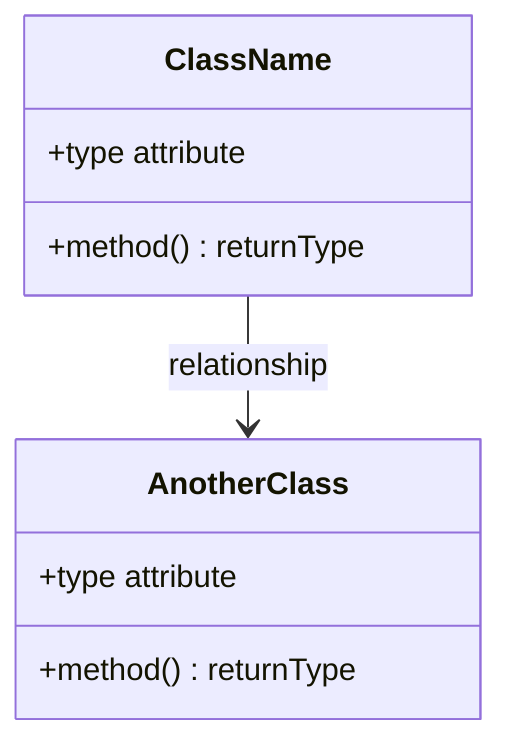
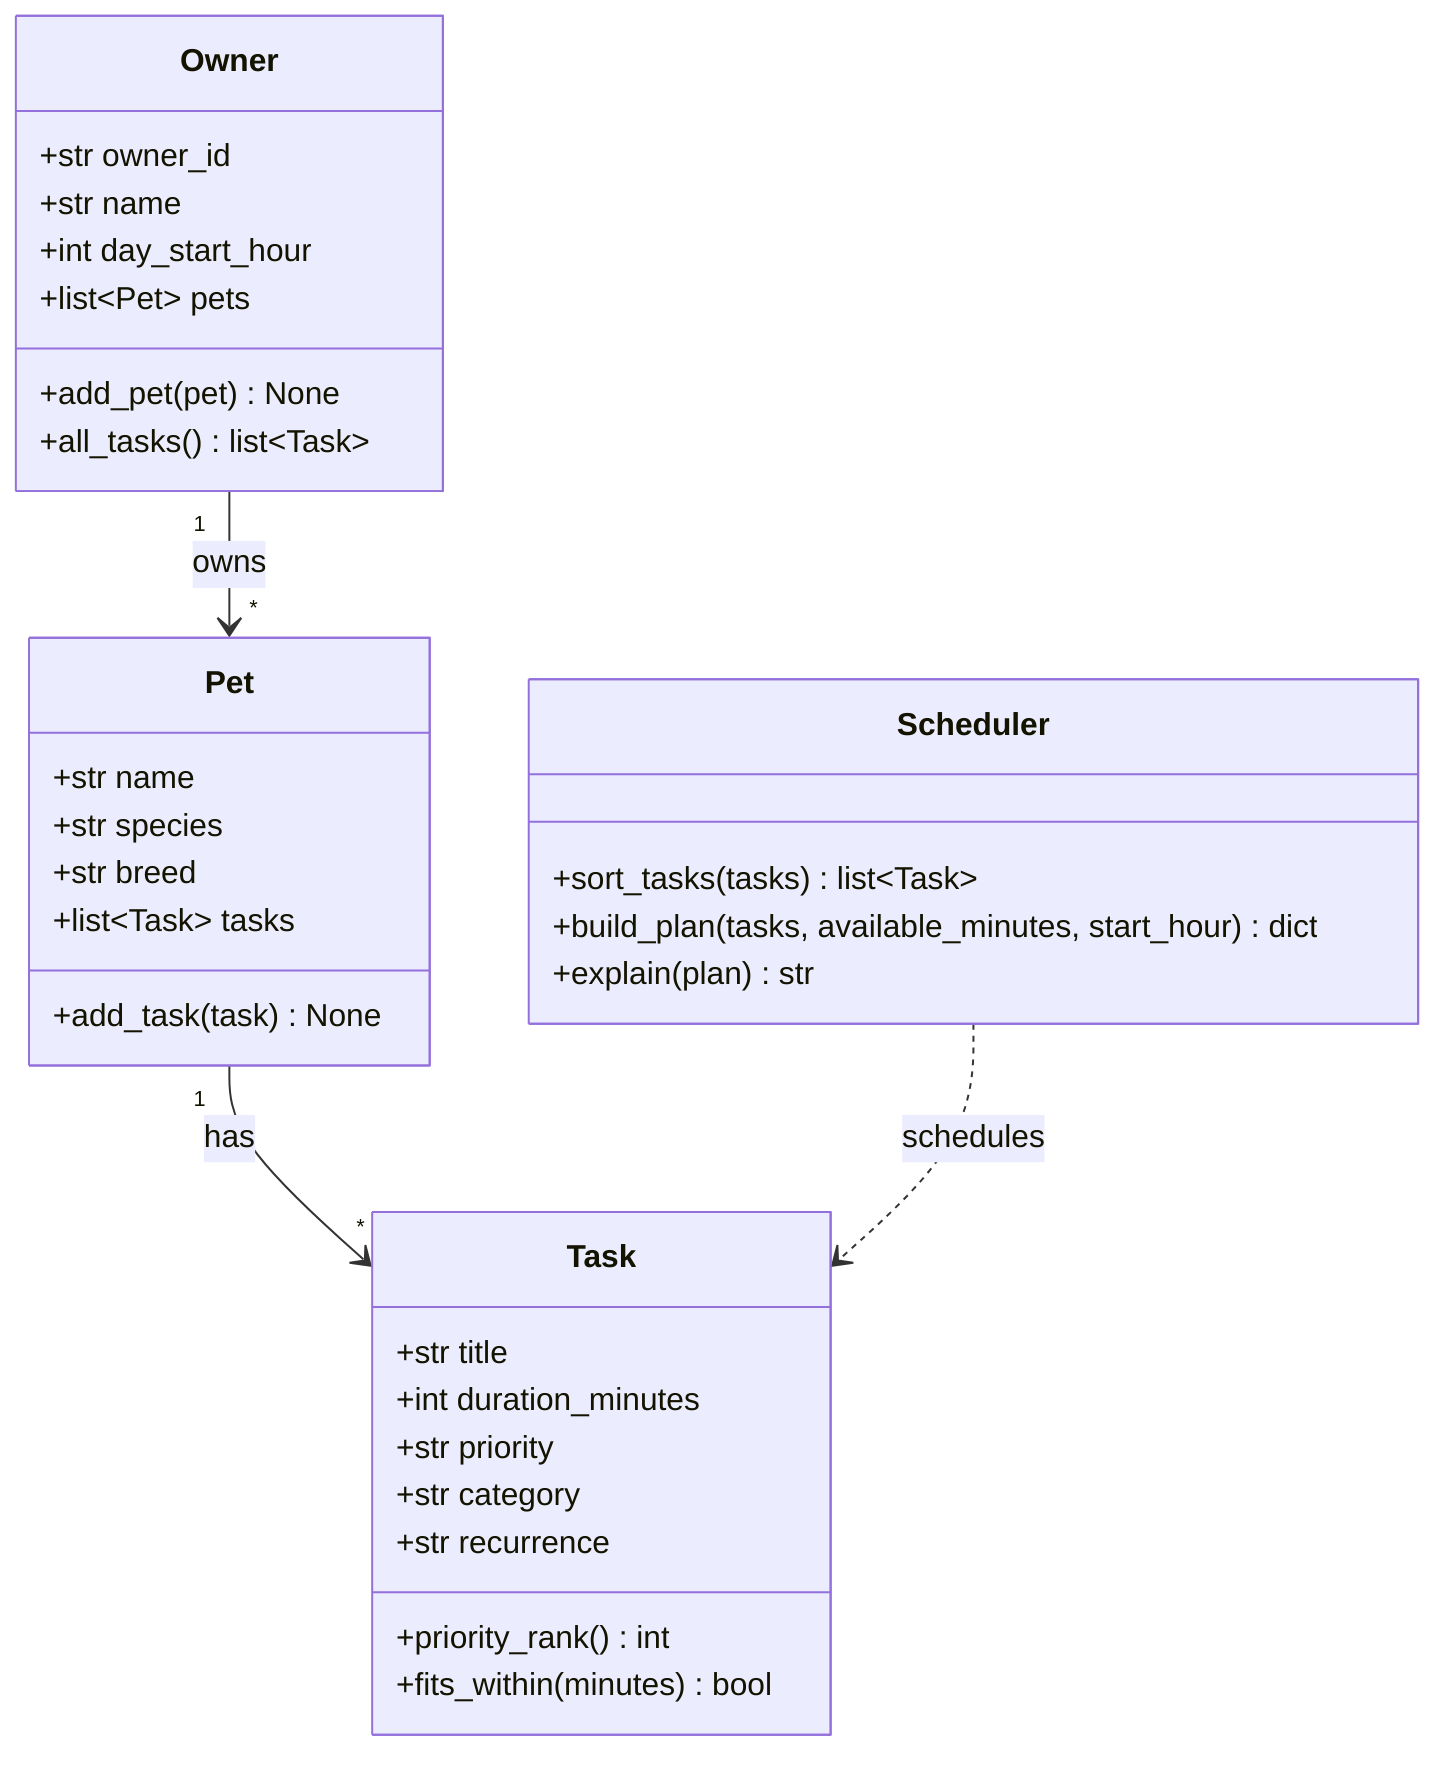
classDiagram
-     %% Replace the placeholders below with your actual classes, attributes, methods, and relationships.
-     %% Keep this file updated so it matches your final implementation.
+     %% PawPal+ — daily pet-care planner (matches pawpal/ implementation)
+     %% Four core components: Owner, Pet, Task, Scheduler.

-     class ClassName {
-         +type attribute
-         +method() returnType
+     class Owner {
+         +str owner_id
+         +str name
+         +int day_start_hour
+         +list~Pet~ pets
+         +add_pet(pet) None
+         +all_tasks() list~Task~
    }

-     class AnotherClass {
-         +type attribute
-         +method() returnType
+     class Pet {
+         +str name
+         +str species
+         +str breed
+         +list~Task~ tasks
+         +add_task(task) None
    }

-     ClassName --> AnotherClass : relationship
+     class Task {
+         +str title
+         +int duration_minutes
+         +str priority
+         +str category
+         +str recurrence
+         +priority_rank() int
+         +fits_within(minutes) bool
+     }
+ 
+     class Scheduler {
+         +sort_tasks(tasks) list~Task~
+         +build_plan(tasks, available_minutes, start_hour) dict
+         +explain(plan) str
+     }
+ 
+     Owner "1" --> "*" Pet : owns
+     Pet "1" --> "*" Task : has
+     Scheduler ..> Task : schedules
